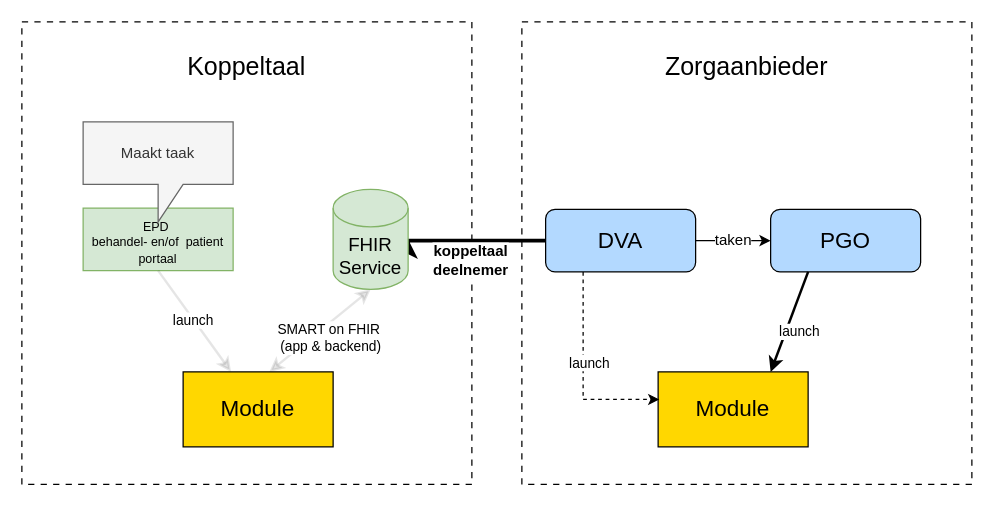
Above: input/images/koppeltaal/optie3.drawio in KoppelMij/koppelmij-designs (draw.io), before the change. Source tidied: cells renumbered, new cells numbered last; positions are measured from the earlier drawing's top-left corner, leaving out a move shared by most shapes. Both pictures are drawn from the tidied source at 125%, with x=0, y=0 at pixel (21, 21).
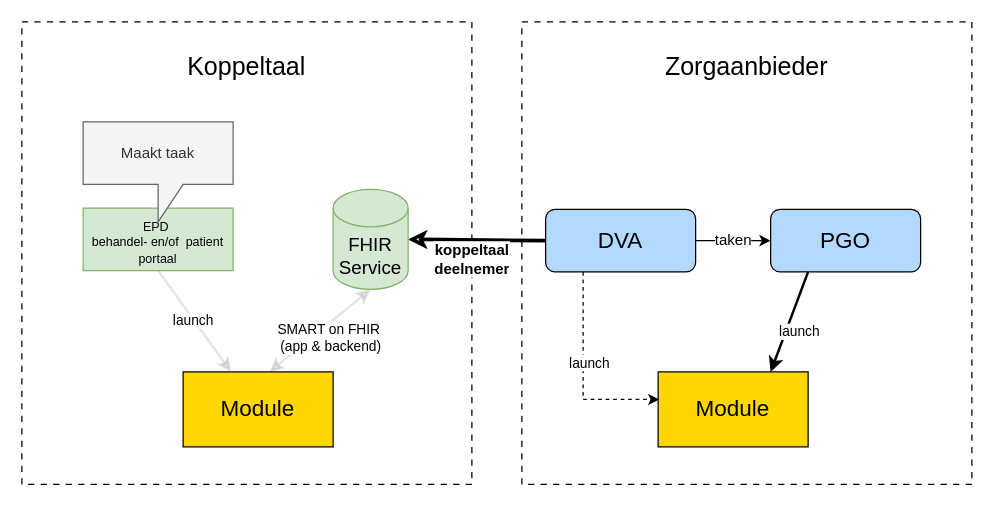
After the change.

Commit message:
Update `optie3.drawio` in Koppeltaal diagrams

- Adjust connection source and geometry in the architectural diagram for improved accuracy.

The change refers to these unchanged cells:
```xml
<mxCell id="19" value="FHIR Service" style="shape=cylinder3;whiteSpace=wrap;html=1;boundedLbl=1;backgroundOutline=1;size=15;fillColor=#d5e8d4;strokeColor=#82b366;fontSize=15;" parent="1" vertex="1">
  <mxGeometry x="249" y="134" width="60" height="80" as="geometry" />
</mxCell>
```

Diff of the diagram source:
```diff
@@
-    <mxCell id="10" value="&lt;b&gt;koppeltaal&lt;/b&gt;&lt;div&gt;&lt;b&gt;deelnemer&lt;/b&gt;&lt;/div&gt;" style="edgeStyle=elbowEdgeStyle;rounded=0;orthogonalLoop=1;jettySize=auto;html=1;entryX=0;entryY=0.5;entryDx=0;entryDy=0;strokeColor=#000000;fontSize=12;startArrow=classic;startFill=0;endArrow=none;strokeWidth=3;elbow=vertical;exitX=1;exitY=0.5;exitDx=0;exitDy=0;exitPerimeter=0;" parent="1" edge="1">
+    <mxCell id="10" value="&lt;b&gt;koppeltaal&lt;/b&gt;&lt;div&gt;&lt;b&gt;deelnemer&lt;/b&gt;&lt;/div&gt;" style="rounded=0;jettySize=auto;html=1;entryX=0;entryY=0.5;entryDx=0;entryDy=0;strokeColor=#000000;fontSize=12;startArrow=classic;startFill=0;endArrow=none;strokeWidth=3;elbow=vertical;exitX=1;exitY=0.5;exitDx=0;exitDy=0;exitPerimeter=0;" parent="1" edge="1" source="19">
       <mxGeometry x="-0.08" y="-16" relative="1" as="geometry">
-        <mxPoint x="309" y="174" as="sourcePoint" />
         <mxPoint x="419" y="175" as="targetPoint" />
       </mxGeometry>
     </mxCell>
```
